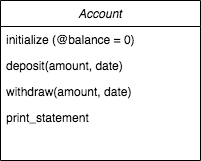
The draw.io diagram images/class_diagram.png in Dhara-95/bank_tech_test, before a commit. Source tidied: cells renumbered, new cells last; positions are measured from the earlier drawing's top-left corner, leaving out a move shared by most shapes.
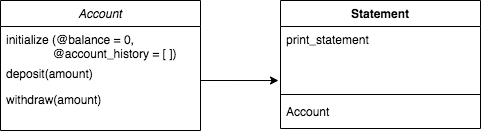
The same file after the commit.

Commit message:
Deposit method updates balance when money added to account

What changed in the source:
```diff
@@ -3,19 +3,33 @@
     <mxCell id="0" />
     <mxCell id="1" parent="0" />
     <mxCell id="2" value="Account" style="swimlane;fontStyle=2;align=center;verticalAlign=top;horizontal=1;startSize=26;rounded=0;shadow=0;strokeWidth=1;" parent="1" vertex="1">
-      <mxGeometry width="200" height="160" as="geometry" />
+      <mxGeometry width="200" height="130" as="geometry" />
     </mxCell>
-    <mxCell id="3" value="initialize (@balance = 0)" style="text;align=left;verticalAlign=top;spacingLeft=4;spacingRight=4;overflow=hidden;rounded=0;shadow=0;html=0;" parent="2" vertex="1">
-      <mxGeometry y="26" width="200" height="26" as="geometry" />
+    <mxCell id="3" value="initialize (@balance = 0, &#10;              @account_history = [ ])&#10;&#10;" style="text;align=left;verticalAlign=top;spacingLeft=4;spacingRight=4;overflow=hidden;rounded=0;shadow=0;html=0;" parent="2" vertex="1">
+      <mxGeometry y="26" width="200" height="34" as="geometry" />
     </mxCell>
-    <mxCell id="4" value="deposit(amount, date)" style="text;align=left;verticalAlign=top;spacingLeft=4;spacingRight=4;overflow=hidden;" parent="2" vertex="1">
-      <mxGeometry y="52" width="200" height="26" as="geometry" />
+    <mxCell id="4" value="deposit(amount)" style="text;align=left;verticalAlign=top;spacingLeft=4;spacingRight=4;overflow=hidden;" parent="2" vertex="1">
+      <mxGeometry y="60" width="200" height="26" as="geometry" />
     </mxCell>
-    <mxCell id="5" value="withdraw(amount, date)" style="text;align=left;verticalAlign=top;spacingLeft=4;spacingRight=4;overflow=hidden;rounded=0;shadow=0;html=0;" parent="2" vertex="1">
-      <mxGeometry y="78" width="200" height="26" as="geometry" />
+    <mxCell id="5" value="withdraw(amount)" style="text;align=left;verticalAlign=top;spacingLeft=4;spacingRight=4;overflow=hidden;rounded=0;shadow=0;html=0;" parent="2" vertex="1">
+      <mxGeometry y="86" width="200" height="26" as="geometry" />
     </mxCell>
-    <mxCell id="6" value="print_statement" style="text;align=left;verticalAlign=top;spacingLeft=4;spacingRight=4;overflow=hidden;rounded=0;shadow=0;html=0;" parent="2" vertex="1">
-      <mxGeometry y="104" width="200" height="26" as="geometry" />
+    <mxCell id="6" value="Statement" style="swimlane;fontStyle=1;align=center;verticalAlign=top;horizontal=1;startSize=26;" parent="1" vertex="1">
+      <mxGeometry x="280" width="200" height="128" as="geometry" />
     </mxCell>
+    <mxCell id="7" value="print_statement" style="text;strokeColor=none;fillColor=none;align=left;verticalAlign=top;spacingLeft=4;spacingRight=4;overflow=hidden;points=[[0,0.5],[1,0.5]];portConstraint=eastwest;" parent="6" vertex="1">
+      <mxGeometry y="26" width="200" height="64" as="geometry" />
+    </mxCell>
+    <mxCell id="8" style="line;strokeWidth=1;fillColor=none;align=left;verticalAlign=middle;spacingTop=-1;spacingLeft=3;spacingRight=3;labelPosition=right;" parent="6" vertex="1">
+      <mxGeometry y="90" width="200" height="8" as="geometry" />
+    </mxCell>
+    <mxCell id="9" value="Account" style="text;strokeColor=none;fillColor=none;align=left;verticalAlign=top;spacingLeft=4;spacingRight=4;overflow=hidden;" parent="6" vertex="1">
+      <mxGeometry y="98" width="200" height="30" as="geometry" />
+    </mxCell>
+    <mxCell id="10" style="endArrow=classic;html=1;entryX=-0.01;entryY=0.844;entryDx=0;entryDy=0;entryPerimeter=0;" parent="1" edge="1" target="7">
+      <mxGeometry relative="1" as="geometry">
+        <mxPoint x="200" y="80" as="sourcePoint" />
+      </mxGeometry>
+    </mxCell>
   </root>
 </mxGraphModel>
```
